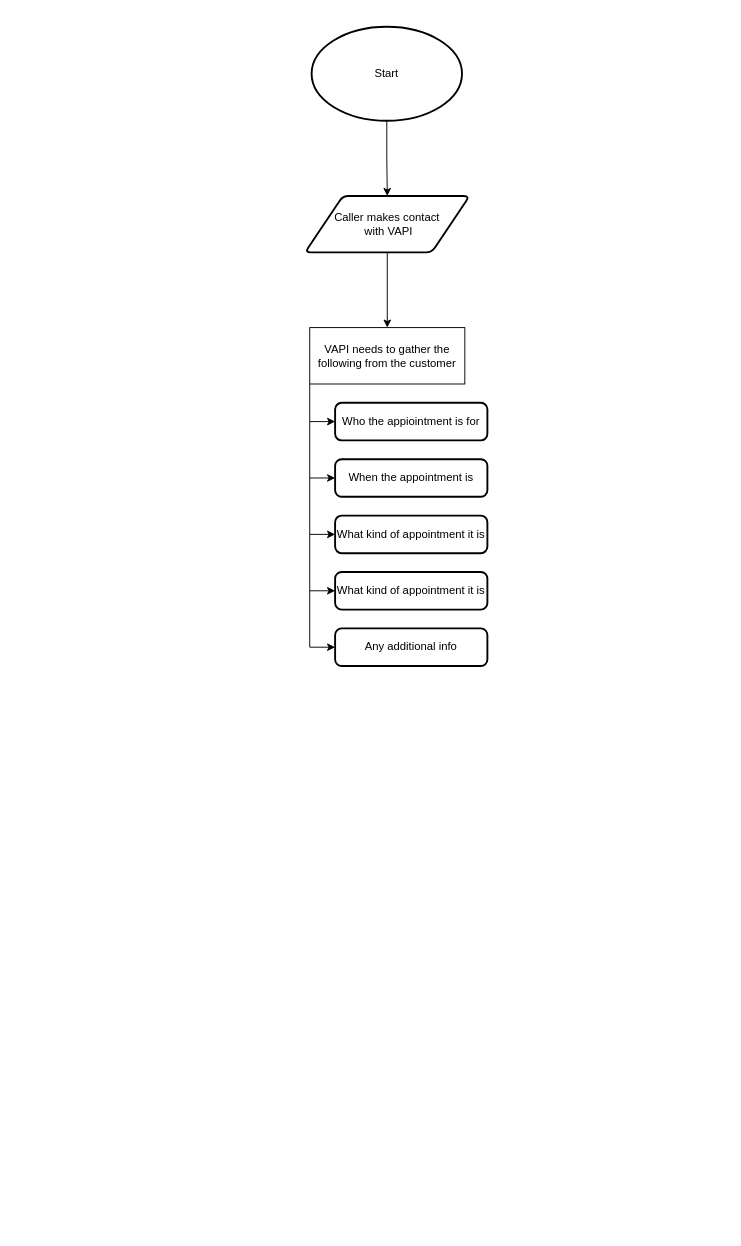
The draw.io diagram documents/BookingWorkflow.drawio in EmilioCarretero/BookingAI, before the edit. Source tidied: cells renumbered, new cells numbered last; positions are measured from the earlier drawing's top-left corner, leaving out a move shared by most shapes. Both pictures are drawn from the tidied source at 94%, with x=0, y=0 at pixel (305, 26).
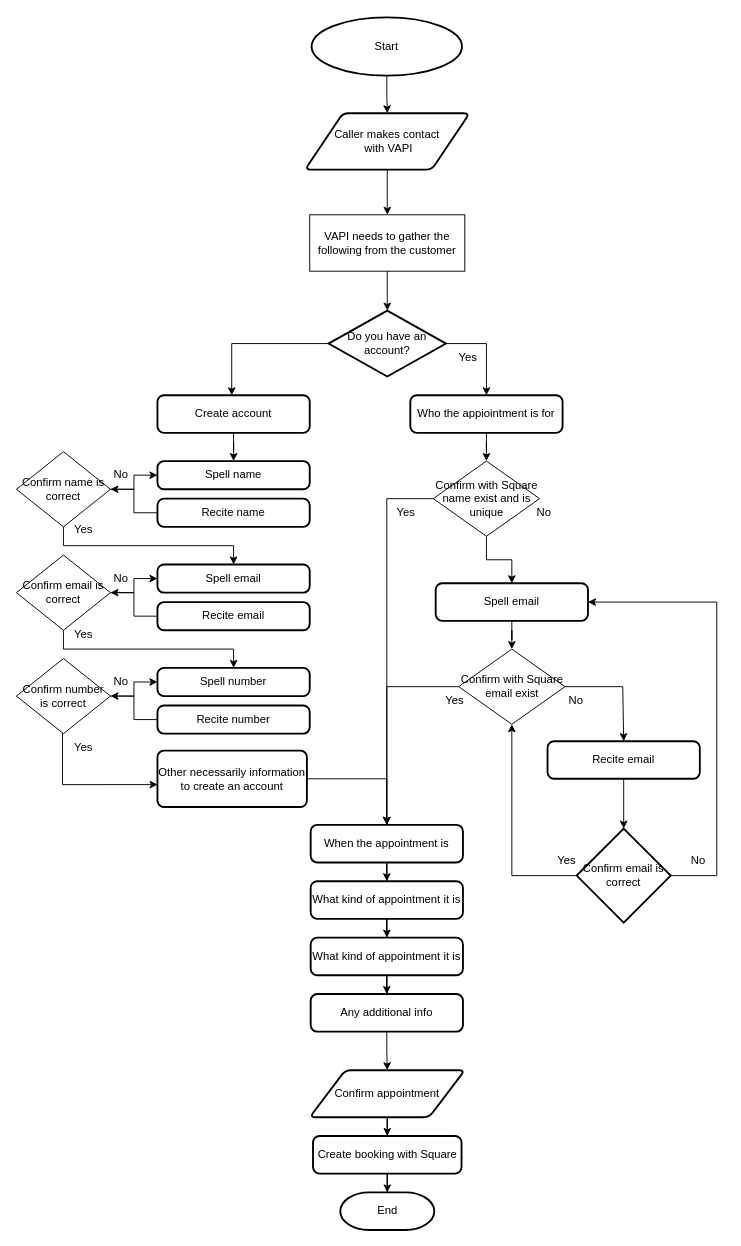
The same page after the edit.

The edit, as a diff of the source:
```diff
@@
     <mxCell id="3" value="Start" style="strokeWidth=2;html=1;shape=mxgraph.flowchart.start_2;whiteSpace=wrap;" parent="1" vertex="1">
-      <mxGeometry x="7" width="160" height="100" as="geometry" />
+      <mxGeometry x="7" y="-10" width="160" height="62" as="geometry" />
     </mxCell>
@@
     <mxCell id="5" value="&lt;div&gt;Caller makes contact&lt;/div&gt;&lt;div&gt;&amp;nbsp;with VAPI&lt;/div&gt;" style="shape=parallelogram;html=1;strokeWidth=2;perimeter=parallelogramPerimeter;whiteSpace=wrap;rounded=1;arcSize=12;size=0.23;" parent="1" vertex="1">
-      <mxGeometry y="180" width="175" height="60" as="geometry" />
+      <mxGeometry y="92" width="175" height="60" as="geometry" />
     </mxCell>
-    <mxCell id="6" style="edgeStyle=orthogonalEdgeStyle;rounded=0;jettySize=auto;html=1;exitX=0;exitY=1;exitDx=0;exitDy=0;entryX=0;entryY=0.5;entryDx=0;entryDy=0;" parent="1" edge="1" source="7" target="8">
-      <mxGeometry relative="1" as="geometry">
-        <Array as="points">
-          <mxPoint x="5" y="420" />
-        </Array>
-      </mxGeometry>
-    </mxCell>
     <mxCell id="7" value="VAPI needs to gather the following from the customer" style="rounded=0;whiteSpace=wrap;html=1;" parent="1" vertex="1">
-      <mxGeometry x="5" y="320" width="165" height="60" as="geometry" />
+      <mxGeometry x="5" y="200" width="165" height="60" as="geometry" />
     </mxCell>
+    <mxCell id="17" style="edgeStyle=orthogonalEdgeStyle;rounded=0;jettySize=auto;html=1;entryX=0.5;entryY=0;entryDx=0;entryDy=0;" parent="1" edge="1" source="8" target="29">
+      <mxGeometry relative="1" as="geometry" />
+    </mxCell>
     <mxCell id="8" value="Who the appiointment is for" style="rounded=1;whiteSpace=wrap;html=1;absoluteArcSize=1;arcSize=14;strokeWidth=2;" parent="1" vertex="1">
-      <mxGeometry x="32" y="400" width="162" height="40" as="geometry" />
+      <mxGeometry x="112" y="392" width="162" height="40" as="geometry" />
     </mxCell>
+    <mxCell id="18" style="edgeStyle=orthogonalEdgeStyle;rounded=0;jettySize=auto;html=1;entryX=0.5;entryY=0;entryDx=0;entryDy=0;" parent="1" edge="1" source="9" target="10">
+      <mxGeometry relative="1" as="geometry" />
+    </mxCell>
     <mxCell id="9" value="When the appointment is" style="rounded=1;whiteSpace=wrap;html=1;absoluteArcSize=1;arcSize=14;strokeWidth=2;" parent="1" vertex="1">
-      <mxGeometry x="32" y="460" width="162" height="40" as="geometry" />
+      <mxGeometry x="6" y="849" width="162" height="40" as="geometry" />
     </mxCell>
+    <mxCell id="19" style="edgeStyle=orthogonalEdgeStyle;rounded=0;jettySize=auto;html=1;entryX=0.5;entryY=0;entryDx=0;entryDy=0;" parent="1" edge="1" source="10" target="11">
+      <mxGeometry relative="1" as="geometry" />
+    </mxCell>
     <mxCell id="10" value="What kind of appointment it is" style="rounded=1;whiteSpace=wrap;html=1;absoluteArcSize=1;arcSize=14;strokeWidth=2;" parent="1" vertex="1">
-      <mxGeometry x="32" y="520" width="162" height="40" as="geometry" />
+      <mxGeometry x="6" y="909" width="162" height="40" as="geometry" />
     </mxCell>
+    <mxCell id="20" style="edgeStyle=orthogonalEdgeStyle;rounded=0;jettySize=auto;html=1;entryX=0.5;entryY=0;entryDx=0;entryDy=0;" parent="1" edge="1" source="11" target="12">
+      <mxGeometry relative="1" as="geometry" />
+    </mxCell>
     <mxCell id="11" value="What kind of appointment it is" style="rounded=1;whiteSpace=wrap;html=1;absoluteArcSize=1;arcSize=14;strokeWidth=2;" parent="1" vertex="1">
-      <mxGeometry x="32" y="580" width="162" height="40" as="geometry" />
+      <mxGeometry x="6" y="969" width="162" height="40" as="geometry" />
     </mxCell>
+    <mxCell id="21" style="edgeStyle=orthogonalEdgeStyle;rounded=0;jettySize=auto;html=1;entryX=0.5;entryY=0;entryDx=0;entryDy=0;" parent="1" edge="1" source="12" target="75">
+      <mxGeometry relative="1" as="geometry" />
+    </mxCell>
     <mxCell id="12" value="Any additional info" style="rounded=1;whiteSpace=wrap;html=1;absoluteArcSize=1;arcSize=14;strokeWidth=2;" parent="1" vertex="1">
-      <mxGeometry x="32" y="640" width="162" height="40" as="geometry" />
+      <mxGeometry x="6" y="1029" width="162" height="40" as="geometry" />
     </mxCell>
-    <mxCell id="13" style="edgeStyle=orthogonalEdgeStyle;rounded=0;orthogonalLoop=1;jettySize=auto;html=1;entryX=0;entryY=0.5;entryDx=0;entryDy=0;" parent="1" edge="1">
-      <mxGeometry relative="1" as="geometry">
-        <mxPoint x="5" y="420" as="sourcePoint" />
-        <mxPoint x="32" y="480" as="targetPoint" />
-        <Array as="points">
-          <mxPoint x="5" y="480" />
-        </Array>
-      </mxGeometry>
-    </mxCell>
-    <mxCell id="14" style="edgeStyle=orthogonalEdgeStyle;rounded=0;orthogonalLoop=1;jettySize=auto;html=1;entryX=0;entryY=0.5;entryDx=0;entryDy=0;" parent="1" edge="1">
-      <mxGeometry relative="1" as="geometry">
-        <mxPoint x="5" y="480" as="sourcePoint" />
-        <mxPoint x="32" y="540" as="targetPoint" />
-        <Array as="points">
-          <mxPoint x="5" y="540" />
-        </Array>
-      </mxGeometry>
-    </mxCell>
-    <mxCell id="15" style="edgeStyle=orthogonalEdgeStyle;rounded=0;orthogonalLoop=1;jettySize=auto;html=1;entryX=0;entryY=0.5;entryDx=0;entryDy=0;" parent="1" edge="1">
-      <mxGeometry relative="1" as="geometry">
-        <mxPoint x="5" y="540" as="sourcePoint" />
-        <mxPoint x="32" y="600" as="targetPoint" />
-        <Array as="points">
-          <mxPoint x="5" y="600" />
-        </Array>
-      </mxGeometry>
-    </mxCell>
-    <mxCell id="16" style="edgeStyle=orthogonalEdgeStyle;rounded=0;orthogonalLoop=1;jettySize=auto;html=1;entryX=0;entryY=0.5;entryDx=0;entryDy=0;" parent="1" edge="1">
-      <mxGeometry relative="1" as="geometry">
-        <mxPoint x="5" y="600" as="sourcePoint" />
-        <mxPoint x="32" y="660" as="targetPoint" />
-        <Array as="points">
-          <mxPoint x="5" y="660" />
-        </Array>
-      </mxGeometry>
-    </mxCell>
+    <mxCell id="22" style="edgeStyle=orthogonalEdgeStyle;rounded=0;jettySize=auto;html=1;entryX=0.5;entryY=0;entryDx=0;entryDy=0;" parent="1" edge="1" source="24" target="8">
+      <mxGeometry relative="1" as="geometry">
+        <Array as="points">
+          <mxPoint x="193" y="337" />
+        </Array>
+      </mxGeometry>
+    </mxCell>
+    <mxCell id="23" style="edgeStyle=orthogonalEdgeStyle;rounded=0;jettySize=auto;html=1;" parent="1" edge="1" source="24" target="46">
+      <mxGeometry relative="1" as="geometry">
+        <Array as="points">
+          <mxPoint x="-78" y="337" />
+        </Array>
+      </mxGeometry>
+    </mxCell>
+    <mxCell id="24" value="Do you have an account?" style="strokeWidth=2;html=1;shape=mxgraph.flowchart.decision;whiteSpace=wrap;" parent="1" vertex="1">
+      <mxGeometry x="25" y="302" width="125" height="70" as="geometry" />
+    </mxCell>
+    <mxCell id="25" value="Yes" style="text;html=1;align=center;verticalAlign=middle;strokeColor=none;fillColor=none;" parent="1" vertex="1">
+      <mxGeometry x="153" y="337" width="40" height="30" as="geometry" />
+    </mxCell>
+    <mxCell id="26" style="edgeStyle=orthogonalEdgeStyle;rounded=0;jettySize=auto;html=1;entryX=0.5;entryY=0;entryDx=0;entryDy=0;entryPerimeter=0;" parent="1" edge="1" source="7" target="24">
+      <mxGeometry relative="1" as="geometry" />
+    </mxCell>
+    <mxCell id="27" style="edgeStyle=orthogonalEdgeStyle;rounded=0;jettySize=auto;html=1;entryX=0.5;entryY=0;entryDx=0;entryDy=0;" parent="1" edge="1" source="29" target="9">
+      <mxGeometry relative="1" as="geometry">
+        <Array as="points">
+          <mxPoint x="87" y="502" />
+        </Array>
+      </mxGeometry>
+    </mxCell>
+    <mxCell id="28" style="edgeStyle=orthogonalEdgeStyle;rounded=0;jettySize=auto;html=1;entryX=0.5;entryY=0;entryDx=0;entryDy=0;" parent="1" edge="1" source="29" target="32">
+      <mxGeometry relative="1" as="geometry" />
+    </mxCell>
+    <mxCell id="29" value="Confirm with Square name exist and is unique" style="rhombus;whiteSpace=wrap;html=1;" parent="1" vertex="1">
+      <mxGeometry x="136.5" y="462" width="113" height="80" as="geometry" />
+    </mxCell>
+    <mxCell id="30" value="Yes" style="text;html=1;align=center;verticalAlign=middle;strokeColor=none;fillColor=none;" parent="1" vertex="1">
+      <mxGeometry x="87" y="502" width="40" height="30" as="geometry" />
+    </mxCell>
+    <mxCell id="31" style="edgeStyle=orthogonalEdgeStyle;rounded=0;jettySize=auto;html=1;entryX=0.5;entryY=0;entryDx=0;entryDy=0;" parent="1" edge="1" source="32" target="36">
+      <mxGeometry relative="1" as="geometry" />
+    </mxCell>
+    <mxCell id="32" value="Spell email" style="rounded=1;whiteSpace=wrap;html=1;absoluteArcSize=1;arcSize=14;strokeWidth=2;" parent="1" vertex="1">
+      <mxGeometry x="139" y="592" width="162" height="40" as="geometry" />
+    </mxCell>
+    <mxCell id="33" value="No" style="text;html=1;align=center;verticalAlign=middle;strokeColor=none;fillColor=none;" parent="1" vertex="1">
+      <mxGeometry x="234" y="502" width="40" height="30" as="geometry" />
+    </mxCell>
+    <mxCell id="34" style="edgeStyle=orthogonalEdgeStyle;rounded=0;jettySize=auto;html=1;entryX=0.5;entryY=0;entryDx=0;entryDy=0;" parent="1" edge="1" source="36" target="9">
+      <mxGeometry relative="1" as="geometry">
+        <Array as="points">
+          <mxPoint x="87" y="702" />
+        </Array>
+      </mxGeometry>
+    </mxCell>
+    <mxCell id="35" style="edgeStyle=orthogonalEdgeStyle;rounded=0;jettySize=auto;html=1;entryX=0.5;entryY=0;entryDx=0;entryDy=0;" parent="1" edge="1" source="36" target="39">
+      <mxGeometry relative="1" as="geometry">
+        <Array as="points">
+          <mxPoint x="338" y="702" />
+          <mxPoint x="338" y="760" />
+        </Array>
+      </mxGeometry>
+    </mxCell>
+    <mxCell id="36" value="Confirm with Square email exist" style="rhombus;whiteSpace=wrap;html=1;" parent="1" vertex="1">
+      <mxGeometry x="163.5" y="662" width="113" height="80" as="geometry" />
+    </mxCell>
+    <mxCell id="37" value="Yes" style="text;html=1;align=center;verticalAlign=middle;strokeColor=none;fillColor=none;" parent="1" vertex="1">
+      <mxGeometry x="139" y="702" width="40" height="30" as="geometry" />
+    </mxCell>
+    <mxCell id="38" value="No" style="text;html=1;align=center;verticalAlign=middle;strokeColor=none;fillColor=none;" parent="1" vertex="1">
+      <mxGeometry x="268" y="702" width="40" height="30" as="geometry" />
+    </mxCell>
+    <mxCell id="39" value="Recite email" style="rounded=1;whiteSpace=wrap;html=1;absoluteArcSize=1;arcSize=14;strokeWidth=2;" parent="1" vertex="1">
+      <mxGeometry x="258" y="760" width="162" height="40" as="geometry" />
+    </mxCell>
+    <mxCell id="40" style="edgeStyle=orthogonalEdgeStyle;rounded=0;jettySize=auto;html=1;exitX=0;exitY=0.5;exitDx=0;exitDy=0;exitPerimeter=0;entryX=0.5;entryY=1;entryDx=0;entryDy=0;" parent="1" edge="1" source="42" target="36">
+      <mxGeometry relative="1" as="geometry" />
+    </mxCell>
+    <mxCell id="41" style="edgeStyle=orthogonalEdgeStyle;rounded=0;jettySize=auto;html=1;entryX=1;entryY=0.5;entryDx=0;entryDy=0;" parent="1" edge="1" source="42" target="32">
+      <mxGeometry relative="1" as="geometry">
+        <Array as="points">
+          <mxPoint x="438" y="903" />
+          <mxPoint x="438" y="612" />
+        </Array>
+      </mxGeometry>
+    </mxCell>
+    <mxCell id="42" value="Confirm email is correct" style="strokeWidth=2;html=1;shape=mxgraph.flowchart.decision;whiteSpace=wrap;" parent="1" vertex="1">
+      <mxGeometry x="289" y="853" width="100" height="100" as="geometry" />
+    </mxCell>
+    <mxCell id="43" value="Yes" style="text;html=1;align=center;verticalAlign=middle;strokeColor=none;fillColor=none;" parent="1" vertex="1">
+      <mxGeometry x="258" y="872" width="40" height="30" as="geometry" />
+    </mxCell>
+    <mxCell id="44" value="No" style="text;html=1;align=center;verticalAlign=middle;strokeColor=none;fillColor=none;" parent="1" vertex="1">
+      <mxGeometry x="398" y="872" width="40" height="30" as="geometry" />
+    </mxCell>
+    <mxCell id="45" style="edgeStyle=orthogonalEdgeStyle;rounded=0;jettySize=auto;html=1;entryX=0.5;entryY=0;entryDx=0;entryDy=0;" parent="1" edge="1" source="46" target="47">
+      <mxGeometry relative="1" as="geometry" />
+    </mxCell>
+    <mxCell id="46" value="Create account" style="rounded=1;whiteSpace=wrap;html=1;absoluteArcSize=1;arcSize=14;strokeWidth=2;" parent="1" vertex="1">
+      <mxGeometry x="-157" y="392" width="162" height="40" as="geometry" />
+    </mxCell>
+    <mxCell id="47" value="Spell name" style="rounded=1;whiteSpace=wrap;html=1;absoluteArcSize=1;arcSize=14;strokeWidth=2;" parent="1" vertex="1">
+      <mxGeometry x="-157" y="462" width="162" height="30" as="geometry" />
+    </mxCell>
+    <mxCell id="48" style="edgeStyle=orthogonalEdgeStyle;rounded=0;jettySize=auto;html=1;entryX=0;entryY=0.5;entryDx=0;entryDy=0;" parent="1" edge="1" source="50" target="47">
+      <mxGeometry relative="1" as="geometry" />
+    </mxCell>
+    <mxCell id="49" style="edgeStyle=orthogonalEdgeStyle;rounded=0;jettySize=auto;html=1;entryX=0.5;entryY=0;entryDx=0;entryDy=0;" parent="1" edge="1" source="50" target="54">
+      <mxGeometry relative="1" as="geometry">
+        <Array as="points">
+          <mxPoint x="-257" y="552" />
+          <mxPoint x="-76" y="552" />
+        </Array>
+      </mxGeometry>
+    </mxCell>
+    <mxCell id="50" value="Confirm name is correct" style="rhombus;whiteSpace=wrap;html=1;" parent="1" vertex="1">
+      <mxGeometry x="-307" y="452" width="100" height="80" as="geometry" />
+    </mxCell>
+    <mxCell id="51" style="edgeStyle=orthogonalEdgeStyle;rounded=0;jettySize=auto;html=1;" parent="1" edge="1" source="52" target="50">
+      <mxGeometry relative="1" as="geometry" />
+    </mxCell>
+    <mxCell id="52" value="Recite name" style="rounded=1;whiteSpace=wrap;html=1;absoluteArcSize=1;arcSize=14;strokeWidth=2;" parent="1" vertex="1">
+      <mxGeometry x="-157" y="502" width="162" height="30" as="geometry" />
+    </mxCell>
+    <mxCell id="53" value="No" style="text;html=1;align=center;verticalAlign=middle;strokeColor=none;fillColor=none;" parent="1" vertex="1">
+      <mxGeometry x="-216" y="462" width="40" height="30" as="geometry" />
+    </mxCell>
+    <mxCell id="54" value="Spell email" style="rounded=1;whiteSpace=wrap;html=1;absoluteArcSize=1;arcSize=14;strokeWidth=2;" parent="1" vertex="1">
+      <mxGeometry x="-157" y="572" width="162" height="30" as="geometry" />
+    </mxCell>
+    <mxCell id="55" style="edgeStyle=orthogonalEdgeStyle;rounded=0;jettySize=auto;html=1;entryX=0;entryY=0.5;entryDx=0;entryDy=0;" parent="1" edge="1" source="57" target="54">
+      <mxGeometry relative="1" as="geometry" />
+    </mxCell>
+    <mxCell id="56" style="edgeStyle=orthogonalEdgeStyle;rounded=0;jettySize=auto;html=1;entryX=0.5;entryY=0;entryDx=0;entryDy=0;" parent="1" edge="1" source="57" target="62">
+      <mxGeometry relative="1" as="geometry">
+        <Array as="points">
+          <mxPoint x="-257" y="662" />
+          <mxPoint x="-76" y="662" />
+        </Array>
+      </mxGeometry>
+    </mxCell>
+    <mxCell id="57" value="Confirm email is correct" style="rhombus;whiteSpace=wrap;html=1;" parent="1" vertex="1">
+      <mxGeometry x="-307" y="562" width="100" height="80" as="geometry" />
+    </mxCell>
+    <mxCell id="58" style="edgeStyle=orthogonalEdgeStyle;rounded=0;jettySize=auto;html=1;" parent="1" edge="1" source="59" target="57">
+      <mxGeometry relative="1" as="geometry" />
+    </mxCell>
+    <mxCell id="59" value="Recite email" style="rounded=1;whiteSpace=wrap;html=1;absoluteArcSize=1;arcSize=14;strokeWidth=2;" parent="1" vertex="1">
+      <mxGeometry x="-157" y="612" width="162" height="30" as="geometry" />
+    </mxCell>
+    <mxCell id="60" value="No" style="text;html=1;align=center;verticalAlign=middle;strokeColor=none;fillColor=none;" parent="1" vertex="1">
+      <mxGeometry x="-216" y="572" width="40" height="30" as="geometry" />
+    </mxCell>
+    <mxCell id="61" value="Yes" style="text;html=1;align=center;verticalAlign=middle;strokeColor=none;fillColor=none;" parent="1" vertex="1">
+      <mxGeometry x="-256" y="520" width="40" height="30" as="geometry" />
+    </mxCell>
+    <mxCell id="62" value="Spell number" style="rounded=1;whiteSpace=wrap;html=1;absoluteArcSize=1;arcSize=14;strokeWidth=2;" parent="1" vertex="1">
+      <mxGeometry x="-157" y="682" width="162" height="30" as="geometry" />
+    </mxCell>
+    <mxCell id="63" style="edgeStyle=orthogonalEdgeStyle;rounded=0;jettySize=auto;html=1;entryX=0;entryY=0.5;entryDx=0;entryDy=0;" parent="1" edge="1" source="64" target="62">
+      <mxGeometry relative="1" as="geometry" />
+    </mxCell>
+    <mxCell id="64" value="Confirm number is correct" style="rhombus;whiteSpace=wrap;html=1;" parent="1" vertex="1">
+      <mxGeometry x="-307" y="672" width="100" height="80" as="geometry" />
+    </mxCell>
+    <mxCell id="65" style="edgeStyle=orthogonalEdgeStyle;rounded=0;jettySize=auto;html=1;" parent="1" edge="1" source="66" target="64">
+      <mxGeometry relative="1" as="geometry" />
+    </mxCell>
+    <mxCell id="66" value="Recite number" style="rounded=1;whiteSpace=wrap;html=1;absoluteArcSize=1;arcSize=14;strokeWidth=2;" parent="1" vertex="1">
+      <mxGeometry x="-157" y="722" width="162" height="30" as="geometry" />
+    </mxCell>
+    <mxCell id="67" value="No" style="text;html=1;align=center;verticalAlign=middle;strokeColor=none;fillColor=none;" parent="1" vertex="1">
+      <mxGeometry x="-216" y="682" width="40" height="30" as="geometry" />
+    </mxCell>
+    <mxCell id="68" value="Yes" style="text;html=1;align=center;verticalAlign=middle;strokeColor=none;fillColor=none;" parent="1" vertex="1">
+      <mxGeometry x="-256" y="632" width="40" height="30" as="geometry" />
+    </mxCell>
+    <mxCell id="69" value="Yes" style="text;html=1;align=center;verticalAlign=middle;strokeColor=none;fillColor=none;" parent="1" vertex="1">
+      <mxGeometry x="-256" y="752" width="40" height="30" as="geometry" />
+    </mxCell>
+    <mxCell id="70" style="edgeStyle=orthogonalEdgeStyle;rounded=0;jettySize=auto;html=1;entryX=0.5;entryY=0;entryDx=0;entryDy=0;entryPerimeter=0;" parent="1" edge="1" source="39" target="42">
+      <mxGeometry relative="1" as="geometry" />
+    </mxCell>
+    <mxCell id="71" style="edgeStyle=orthogonalEdgeStyle;rounded=0;jettySize=auto;html=1;entryX=0.5;entryY=0;entryDx=0;entryDy=0;" parent="1" edge="1" source="72" target="9">
+      <mxGeometry relative="1" as="geometry" />
+    </mxCell>
+    <mxCell id="72" value="Other necessarily information to create an account " style="rounded=1;whiteSpace=wrap;html=1;absoluteArcSize=1;arcSize=14;strokeWidth=2;" parent="1" vertex="1">
+      <mxGeometry x="-157" y="770" width="159" height="60" as="geometry" />
+    </mxCell>
+    <mxCell id="73" style="edgeStyle=orthogonalEdgeStyle;rounded=0;jettySize=auto;html=1;entryX=0.001;entryY=0.603;entryDx=0;entryDy=0;entryPerimeter=0;" parent="1" edge="1" source="64" target="72">
+      <mxGeometry relative="1" as="geometry">
+        <Array as="points">
+          <mxPoint x="-258" y="806" />
+        </Array>
+      </mxGeometry>
+    </mxCell>
+    <mxCell id="74" style="edgeStyle=orthogonalEdgeStyle;rounded=0;jettySize=auto;html=1;entryX=0.5;entryY=0;entryDx=0;entryDy=0;" parent="1" edge="1" source="75" target="76">
+      <mxGeometry relative="1" as="geometry" />
+    </mxCell>
+    <mxCell id="75" value="Confirm appointment" style="shape=parallelogram;html=1;strokeWidth=2;perimeter=parallelogramPerimeter;whiteSpace=wrap;rounded=1;arcSize=12;size=0.23;" parent="1" vertex="1">
+      <mxGeometry x="5" y="1110" width="165" height="50" as="geometry" />
+    </mxCell>
+    <mxCell id="76" value="Create booking with Square" style="rounded=1;whiteSpace=wrap;html=1;absoluteArcSize=1;arcSize=14;strokeWidth=2;" parent="1" vertex="1">
+      <mxGeometry x="8.5" y="1180" width="158" height="40" as="geometry" />
+    </mxCell>
+    <mxCell id="77" value="End" style="strokeWidth=2;html=1;shape=mxgraph.flowchart.terminator;whiteSpace=wrap;" parent="1" vertex="1">
+      <mxGeometry x="37.5" y="1240" width="100" height="40" as="geometry" />
+    </mxCell>
+    <mxCell id="78" style="edgeStyle=orthogonalEdgeStyle;rounded=0;jettySize=auto;html=1;entryX=0.5;entryY=0;entryDx=0;entryDy=0;entryPerimeter=0;" parent="1" edge="1" source="76" target="77">
+      <mxGeometry relative="1" as="geometry" />
+    </mxCell>
```
